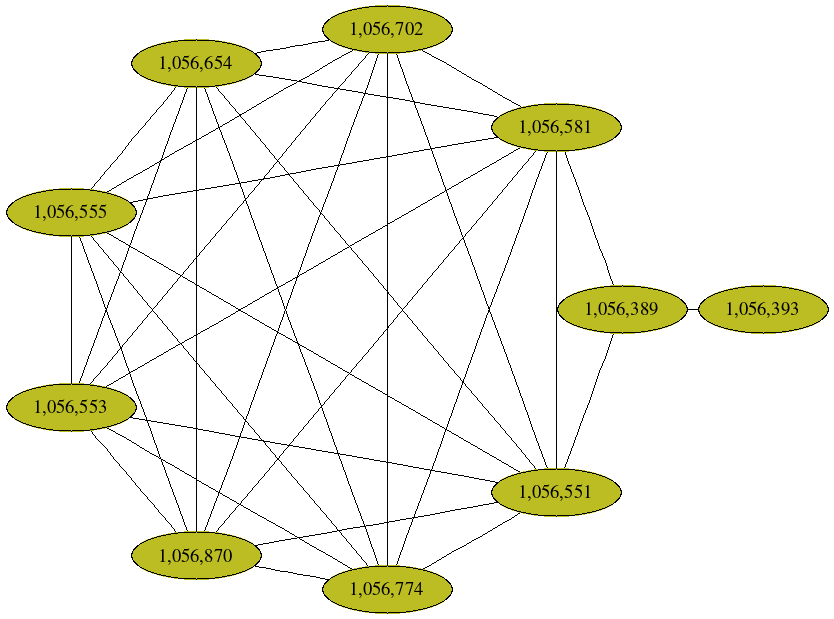
fedarko/sheepgut keeps this Graphviz diagram as notebooks/graphs/CAMP_cc4.png. Above is the earlier version. Its source is kept beside it as notebooks/graphs/CAMP_cc4.gv.
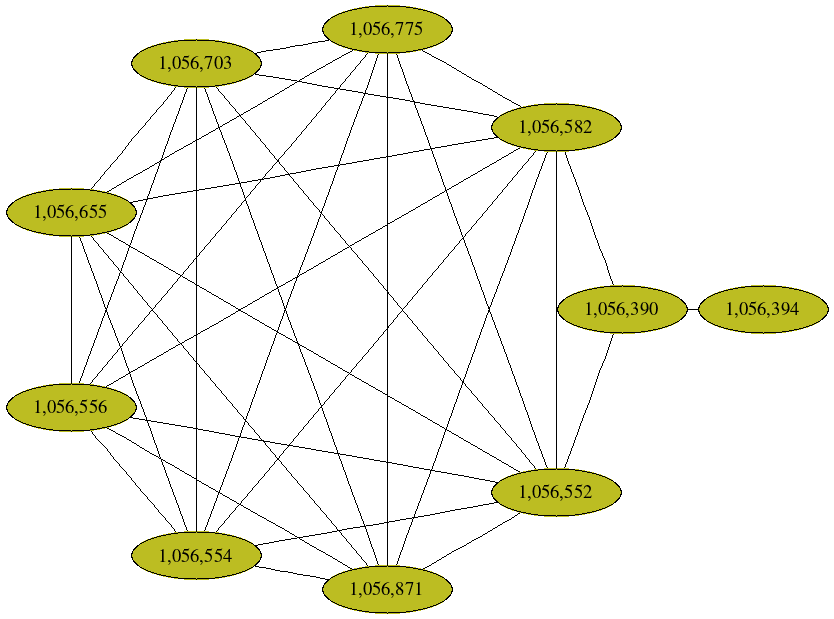
The same file after the commit.

The edit, as a diff of the source:
```diff
@@ -1,45 +1,45 @@
 graph CAMP_cc4 {
 	overlap="prism50";
 	outputorder="edgesfirst";
-	"1,056,581" [style="filled", fillcolor="#bcbd22", fontcolor="#000000"];
-	"1,056,389" [style="filled", fillcolor="#bcbd22", fontcolor="#000000"];
-	"1,056,551" [style="filled", fillcolor="#bcbd22", fontcolor="#000000"];
-	"1,056,774" [style="filled", fillcolor="#bcbd22", fontcolor="#000000"];
-	"1,056,393" [style="filled", fillcolor="#bcbd22", fontcolor="#000000"];
-	"1,056,870" [style="filled", fillcolor="#bcbd22", fontcolor="#000000"];
-	"1,056,553" [style="filled", fillcolor="#bcbd22", fontcolor="#000000"];
-	"1,056,555" [style="filled", fillcolor="#bcbd22", fontcolor="#000000"];
-	"1,056,654" [style="filled", fillcolor="#bcbd22", fontcolor="#000000"];
-	"1,056,702" [style="filled", fillcolor="#bcbd22", fontcolor="#000000"];
-	"1,056,581" -- "1,056,389";
-	"1,056,581" -- "1,056,551";
-	"1,056,581" -- "1,056,553";
-	"1,056,581" -- "1,056,555";
-	"1,056,581" -- "1,056,654";
-	"1,056,581" -- "1,056,702";
-	"1,056,581" -- "1,056,774";
-	"1,056,581" -- "1,056,870";
-	"1,056,389" -- "1,056,393";
-	"1,056,389" -- "1,056,551";
-	"1,056,551" -- "1,056,553";
-	"1,056,551" -- "1,056,555";
-	"1,056,551" -- "1,056,654";
-	"1,056,551" -- "1,056,702";
-	"1,056,551" -- "1,056,774";
-	"1,056,551" -- "1,056,870";
-	"1,056,774" -- "1,056,553";
-	"1,056,774" -- "1,056,555";
-	"1,056,774" -- "1,056,654";
-	"1,056,774" -- "1,056,702";
-	"1,056,774" -- "1,056,870";
-	"1,056,870" -- "1,056,553";
-	"1,056,870" -- "1,056,555";
-	"1,056,870" -- "1,056,654";
-	"1,056,870" -- "1,056,702";
-	"1,056,553" -- "1,056,555";
-	"1,056,553" -- "1,056,654";
-	"1,056,553" -- "1,056,702";
-	"1,056,555" -- "1,056,654";
-	"1,056,555" -- "1,056,702";
-	"1,056,654" -- "1,056,702";
+	"1,056,390" [style="filled", fillcolor="#bcbd22", fontcolor="#000000"];
+	"1,056,582" [style="filled", fillcolor="#bcbd22", fontcolor="#000000"];
+	"1,056,552" [style="filled", fillcolor="#bcbd22", fontcolor="#000000"];
+	"1,056,775" [style="filled", fillcolor="#bcbd22", fontcolor="#000000"];
+	"1,056,394" [style="filled", fillcolor="#bcbd22", fontcolor="#000000"];
+	"1,056,871" [style="filled", fillcolor="#bcbd22", fontcolor="#000000"];
+	"1,056,554" [style="filled", fillcolor="#bcbd22", fontcolor="#000000"];
+	"1,056,556" [style="filled", fillcolor="#bcbd22", fontcolor="#000000"];
+	"1,056,655" [style="filled", fillcolor="#bcbd22", fontcolor="#000000"];
+	"1,056,703" [style="filled", fillcolor="#bcbd22", fontcolor="#000000"];
+	"1,056,390" -- "1,056,394";
+	"1,056,390" -- "1,056,552";
+	"1,056,390" -- "1,056,582";
+	"1,056,582" -- "1,056,552";
+	"1,056,582" -- "1,056,554";
+	"1,056,582" -- "1,056,556";
+	"1,056,582" -- "1,056,655";
+	"1,056,582" -- "1,056,703";
+	"1,056,582" -- "1,056,775";
+	"1,056,582" -- "1,056,871";
+	"1,056,552" -- "1,056,554";
+	"1,056,552" -- "1,056,556";
+	"1,056,552" -- "1,056,655";
+	"1,056,552" -- "1,056,703";
+	"1,056,552" -- "1,056,775";
+	"1,056,552" -- "1,056,871";
+	"1,056,775" -- "1,056,554";
+	"1,056,775" -- "1,056,556";
+	"1,056,775" -- "1,056,655";
+	"1,056,775" -- "1,056,703";
+	"1,056,775" -- "1,056,871";
+	"1,056,871" -- "1,056,554";
+	"1,056,871" -- "1,056,556";
+	"1,056,871" -- "1,056,655";
+	"1,056,871" -- "1,056,703";
+	"1,056,554" -- "1,056,556";
+	"1,056,554" -- "1,056,655";
+	"1,056,554" -- "1,056,703";
+	"1,056,556" -- "1,056,655";
+	"1,056,556" -- "1,056,703";
+	"1,056,655" -- "1,056,703";
 }
```
